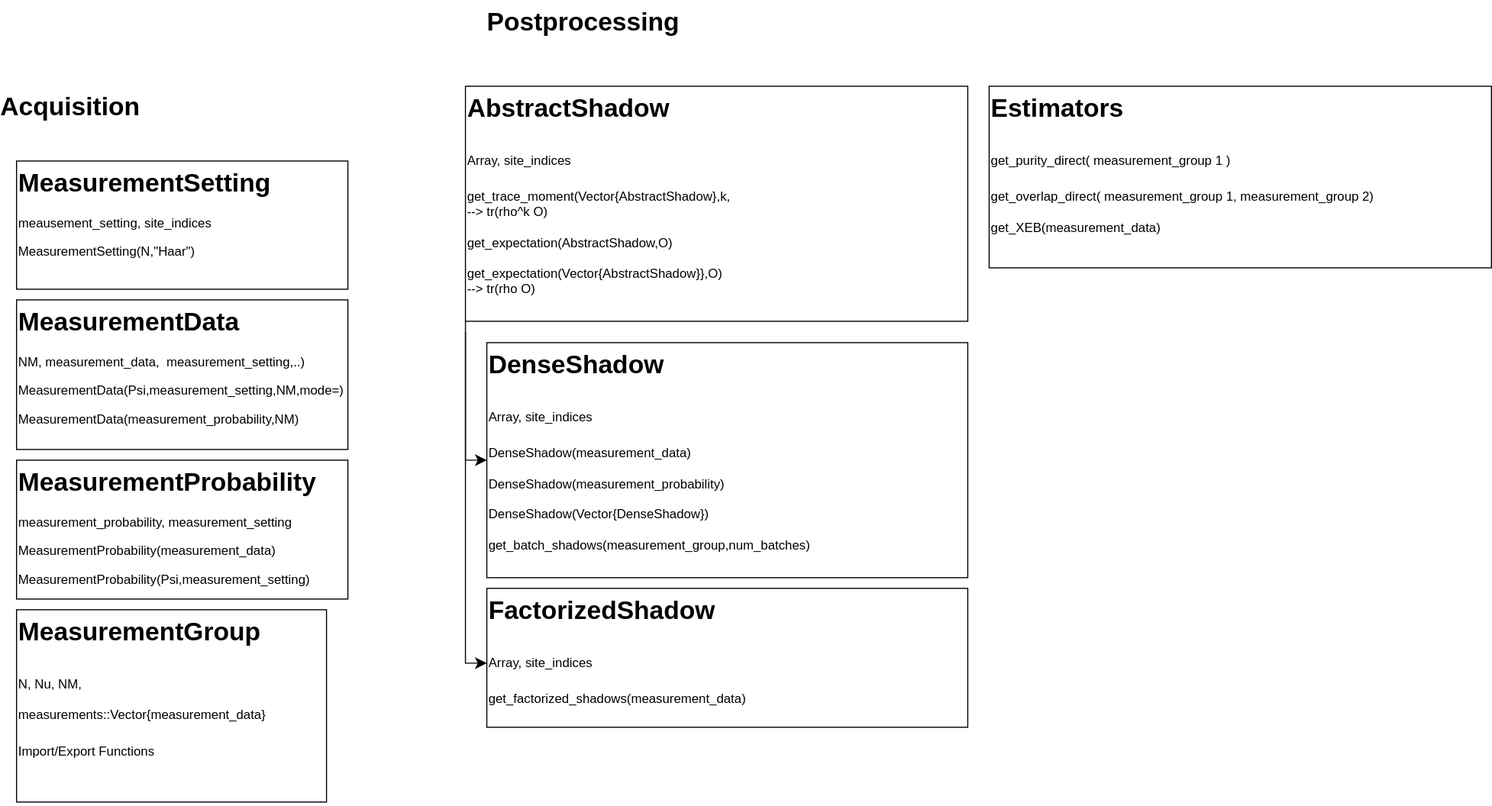
Above: StructureRandomMeas.drawio.svg in bvermersch/RandomMeas.jl (draw.io), before the change. Source tidied: cells renumbered, new cells last; positions are measured from the earlier drawing's top-left corner, leaving out a move shared by most shapes.
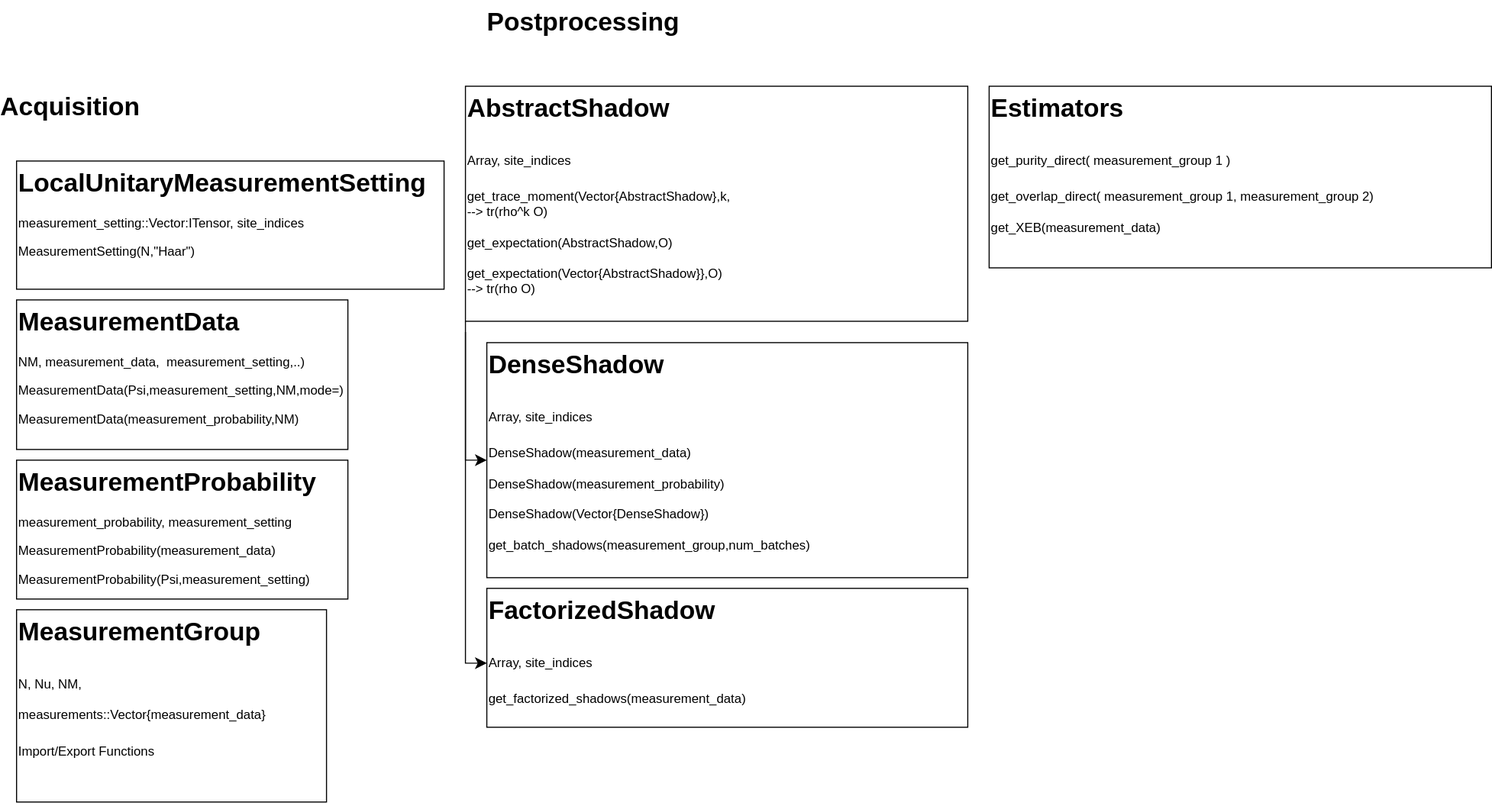
Later version of the same file.

Diff of the diagram source:
```diff
@@ -5,8 +5,8 @@
     <mxCell id="2" value="&lt;h1 style=&quot;margin-top: 0px;&quot;&gt;MeasurementData&lt;/h1&gt;NM,&lt;span style=&quot;background-color: initial;&quot;&gt;measurement_data,&amp;nbsp; measurement_setting,..)&lt;/span&gt;&lt;br&gt;&lt;p&gt;MeasurementData(Psi,measurement_setting,NM,mode=)&lt;/p&gt;&lt;p&gt;MeasurementData(measurement_probability,NM)&lt;/p&gt;&lt;p&gt;&lt;br&gt;&lt;/p&gt;&lt;p&gt;&lt;br&gt;&lt;/p&gt;" style="text;html=1;whiteSpace=wrap;overflow=hidden;rounded=0;strokeColor=default;" parent="1" vertex="1">
       <mxGeometry y="280" width="310" height="140" as="geometry" />
     </mxCell>
-    <mxCell id="3" value="&lt;h1 style=&quot;margin-top: 0px;&quot;&gt;MeasurementSetting&lt;/h1&gt;&lt;p&gt;meausement_setting, site_indices&lt;/p&gt;&lt;p&gt;MeasurementSetting(N,&quot;Haar&quot;)&lt;/p&gt;&lt;p&gt;&lt;br&gt;&lt;/p&gt;&lt;p&gt;&lt;br&gt;&lt;/p&gt;" style="text;html=1;whiteSpace=wrap;overflow=hidden;rounded=0;strokeColor=default;" parent="1" vertex="1">
-      <mxGeometry y="150" width="310" height="120" as="geometry" />
+    <mxCell id="3" value="&lt;h1 style=&quot;margin-top: 0px;&quot;&gt;LocalUnitaryMeasurementSetting&lt;/h1&gt;&lt;p&gt;measurement_setting::Vector:ITensor, site_indices&lt;/p&gt;&lt;p&gt;MeasurementSetting(N,&quot;Haar&quot;)&lt;/p&gt;&lt;p&gt;&lt;br&gt;&lt;/p&gt;&lt;p&gt;&lt;br&gt;&lt;/p&gt;" style="text;html=1;whiteSpace=wrap;overflow=hidden;rounded=0;strokeColor=default;" parent="1" vertex="1">
+      <mxGeometry y="150" width="400" height="120" as="geometry" />
     </mxCell>
     <mxCell id="4" value="&lt;h1 style=&quot;margin-top: 0px;&quot;&gt;MeasurementProbability&lt;/h1&gt;&lt;p&gt;measurement_probability, measurement_setting&lt;/p&gt;&lt;p&gt;MeasurementProbability(measurement_data)&lt;/p&gt;&lt;p&gt;MeasurementProbability(Psi,measurement_setting)&lt;/p&gt;" style="text;html=1;whiteSpace=wrap;overflow=hidden;rounded=0;strokeColor=default;" parent="1" vertex="1">
       <mxGeometry y="430" width="310" height="130" as="geometry" />
```
